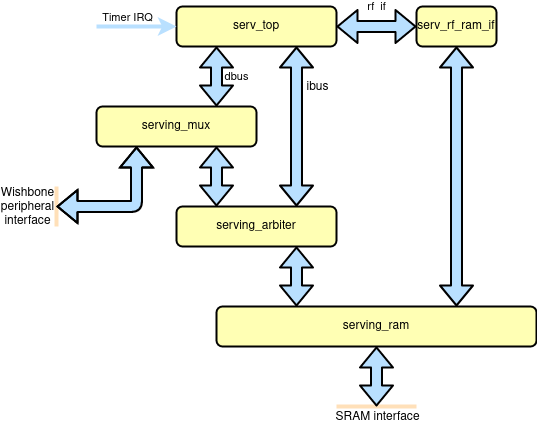
Above: doc/subservient_core.png in olofk/subservient (draw.io), before the change. Source tidied: cells renumbered, new cells last; positions are measured from the earlier drawing's top-left corner, leaving out a move shared by most shapes.
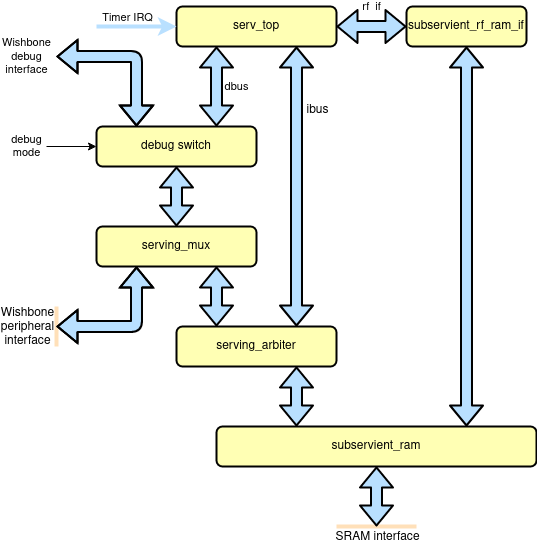
After the change.

What changed in the source:
```diff
@@ -3,10 +3,12 @@
     <mxCell id="0" />
     <mxCell id="1" parent="0" />
     <mxCell id="2" value="serv_top" style="rounded=1;whiteSpace=wrap;html=1;fillColor=#FFFFb4;strokeWidth=2;fontFamily=Helvetica;" parent="1" vertex="1">
-      <mxGeometry x="120" width="160" height="40" as="geometry" />
+      <mxGeometry x="120" y="-120" width="160" height="40" as="geometry" />
     </mxCell>
-    <mxCell id="3" value="dbus" style="shape=flexArrow;endArrow=classic;html=1;strokeColor=#000000;strokeWidth=2;fontFamily=Helvetica;fillColor=#b9e0FF;startArrow=block;exitX=0.25;exitY=1;exitDx=0;exitDy=0;entryX=0.75;entryY=0;entryDx=0;entryDy=0;" parent="1" edge="1" source="2" target="17">
-      <mxGeometry y="20" relative="1" as="geometry" />
+    <mxCell id="3" value="dbus" style="shape=flexArrow;endArrow=classic;html=1;strokeColor=#000000;strokeWidth=2;fontFamily=Helvetica;fillColor=#b9e0FF;startArrow=block;exitX=0.25;exitY=1;exitDx=0;exitDy=0;" parent="1" edge="1" source="2">
+      <mxGeometry y="20" relative="1" as="geometry">
+        <mxPoint x="160" as="targetPoint" />
+      </mxGeometry>
     </mxCell>
     <mxCell id="4" style="endArrow=none;html=1;strokeColor=#FFE0B9;strokeWidth=4;fillColor=#b9e0FF;fontFamily=Helvetica;" parent="1" edge="1">
       <mxGeometry relative="1" as="geometry">
@@ -24,14 +26,16 @@
         <mxPoint x="-369" y="-200" as="offset" />
       </mxGeometry>
     </mxCell>
-    <mxCell id="7" value="serv_rf_ram_if" style="rounded=1;whiteSpace=wrap;html=1;fillColor=#FFFFb4;strokeWidth=2;fontFamily=Helvetica;" parent="1" vertex="1">
-      <mxGeometry x="360" width="80" height="40" as="geometry" />
+    <mxCell id="7" value="subservient_rf_ram_if" style="rounded=1;whiteSpace=wrap;html=1;fillColor=#FFFFb4;strokeWidth=2;fontFamily=Helvetica;" parent="1" vertex="1">
+      <mxGeometry x="350" y="-120" width="120" height="40" as="geometry" />
     </mxCell>
-    <mxCell id="8" value="serving_ram" style="rounded=1;whiteSpace=wrap;html=1;fillColor=#FFFFb4;strokeWidth=2;fontFamily=Helvetica;" parent="1" vertex="1">
+    <mxCell id="8" value="subservient_ram" style="rounded=1;whiteSpace=wrap;html=1;fillColor=#FFFFb4;strokeWidth=2;fontFamily=Helvetica;" parent="1" vertex="1">
       <mxGeometry x="160" y="300" width="320" height="40" as="geometry" />
     </mxCell>
-    <mxCell id="9" style="shape=flexArrow;endArrow=classic;html=1;strokeColor=#000000;strokeWidth=2;fontFamily=Helvetica;fillColor=#b9e0FF;entryX=0.75;entryY=0;entryDx=0;entryDy=0;startArrow=block;exitX=0.5;exitY=1;exitDx=0;exitDy=0;" parent="1" edge="1" source="7" target="8">
-      <mxGeometry relative="1" as="geometry" />
+    <mxCell id="9" style="shape=flexArrow;endArrow=classic;html=1;strokeColor=#000000;strokeWidth=2;fontFamily=Helvetica;fillColor=#b9e0FF;startArrow=block;exitX=0.5;exitY=1;exitDx=0;exitDy=0;" parent="1" edge="1" source="7">
+      <mxGeometry relative="1" as="geometry">
+        <mxPoint x="410" y="300" as="targetPoint" />
+      </mxGeometry>
     </mxCell>
     <mxCell id="10" value="rf&amp;nbsp; if" style="shape=flexArrow;endArrow=classic;html=1;strokeColor=#000000;strokeWidth=2;fontFamily=Helvetica;fillColor=#b9e0FF;startArrow=block;exitX=1;exitY=0.5;exitDx=0;exitDy=0;entryX=0;entryY=0.5;entryDx=0;entryDy=0;" parent="1" edge="1" source="2" target="7">
       <mxGeometry y="20" relative="1" as="geometry" />
@@ -52,7 +56,7 @@
     </mxCell>
     <mxCell id="14" style="endArrow=classic;html=1;strokeWidth=4;strokeColor=#B9E0FF;entryX=0;entryY=0.5;entryDx=0;entryDy=0;" parent="1" edge="1" target="2">
       <mxGeometry relative="1" as="geometry">
-        <mxPoint x="40" y="20" as="sourcePoint" />
+        <mxPoint x="40" y="-100" as="sourcePoint" />
       </mxGeometry>
     </mxCell>
     <mxCell id="15" value="Timer IRQ" style="edgeLabel;html=1;align=center;verticalAlign=middle;" parent="14" vertex="1">
@@ -85,5 +89,26 @@
         <mxPoint x="320" y="400" as="targetPoint" />
       </mxGeometry>
     </mxCell>
+    <mxCell id="22" value="debug switch" style="rounded=1;whiteSpace=wrap;html=1;fillColor=#FFFFb4;strokeWidth=2;fontFamily=Helvetica;" parent="1" vertex="1">
+      <mxGeometry x="40" width="160" height="40" as="geometry" />
+    </mxCell>
+    <mxCell id="23" style="shape=flexArrow;endArrow=classic;html=1;strokeColor=#000000;strokeWidth=2;fontFamily=Helvetica;fillColor=#b9e0FF;startArrow=block;exitX=0.5;exitY=1;exitDx=0;exitDy=0;entryX=0.5;entryY=0;entryDx=0;entryDy=0;" parent="1" edge="1" source="22" target="17">
+      <mxGeometry relative="1" as="geometry" />
+    </mxCell>
+    <mxCell id="24" value="&lt;div&gt;Wishbone&lt;/div&gt;&lt;div&gt;debug&lt;/div&gt;&lt;div&gt;interface&lt;/div&gt;" style="shape=flexArrow;endArrow=classic;html=1;strokeColor=#000000;strokeWidth=2;fontFamily=Helvetica;fillColor=#b9e0FF;startArrow=block;exitX=0.25;exitY=0;exitDx=0;exitDy=0;" parent="1" edge="1" source="22">
+      <mxGeometry x="1" y="30" relative="1" as="geometry">
+        <mxPoint y="-70" as="targetPoint" />
+        <Array as="points">
+          <mxPoint x="80" y="-70" />
+        </Array>
+        <mxPoint x="-30" y="-30" as="offset" />
+      </mxGeometry>
+    </mxCell>
+    <mxCell id="25" value="&lt;div&gt;debug&lt;/div&gt;&lt;div&gt;mode&lt;/div&gt;" style="endArrow=classic;html=1;entryX=0;entryY=0.5;entryDx=0;entryDy=0;" parent="1" edge="1" target="22">
+      <mxGeometry x="-1" y="-20" relative="1" as="geometry">
+        <mxPoint x="-10" y="20" as="sourcePoint" />
+        <mxPoint x="-20" y="-20" as="offset" />
+      </mxGeometry>
+    </mxCell>
   </root>
 </mxGraphModel>
```
